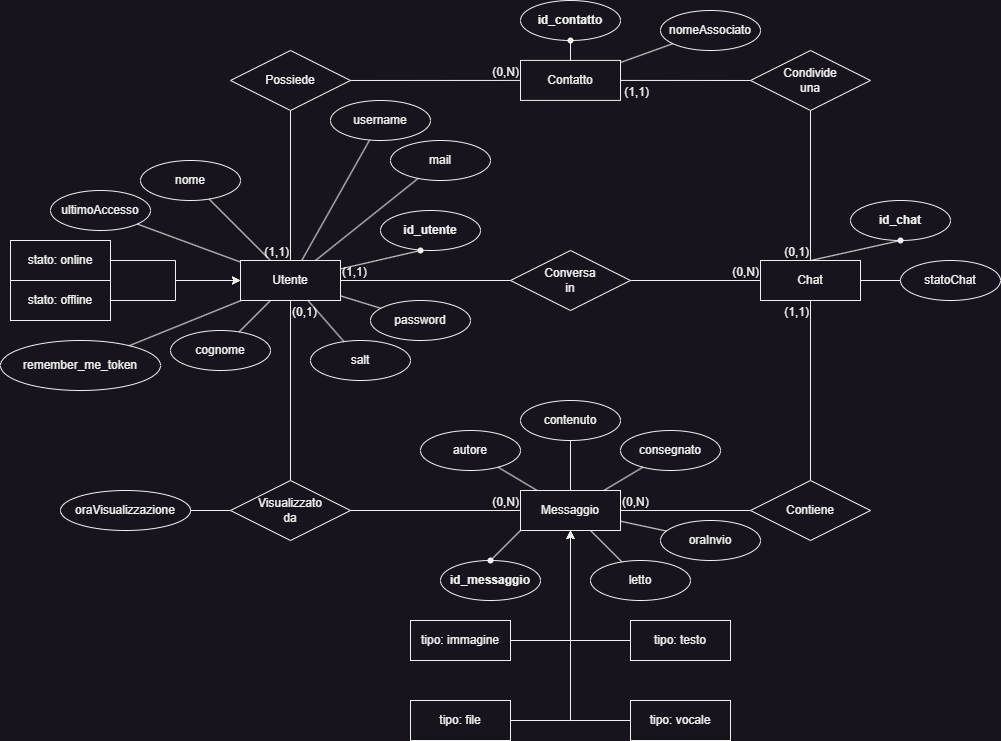
Above: Readme/ERChatApp.png in FanteyOfficial/ProgettoQuintaInformatica (draw.io), before the change. Source tidied: cells renumbered, new cells last; positions are measured from the earlier drawing's top-left corner, leaving out a move shared by most shapes.
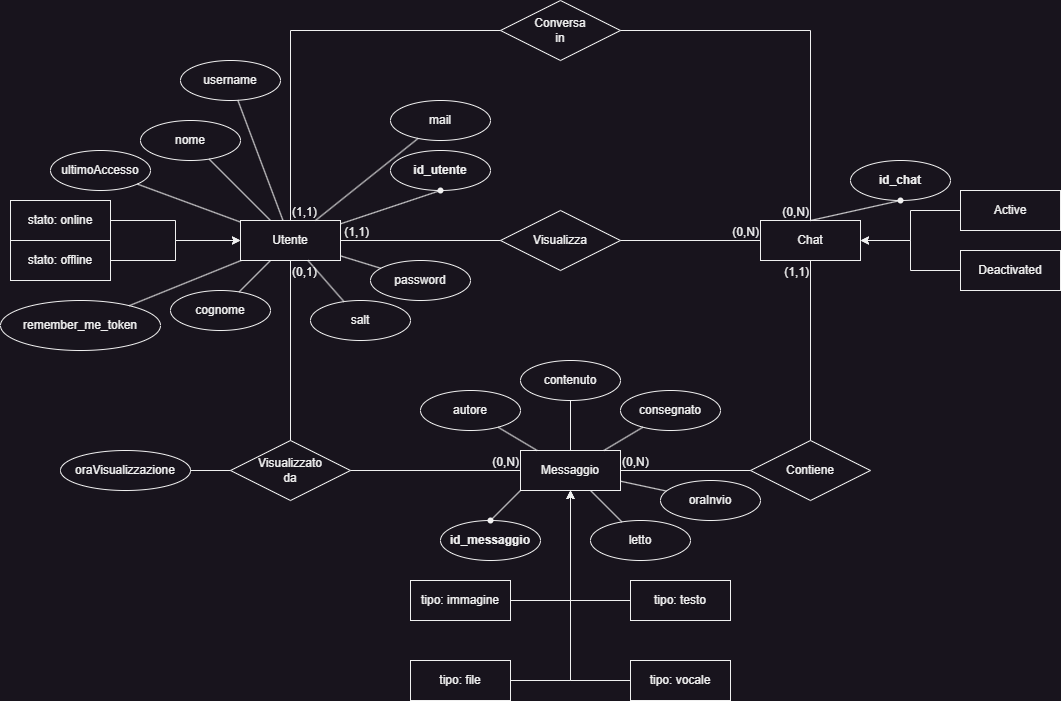
The same diagram one commit later.

The edit, as a diff of the source:
```diff
@@ -15,13 +15,17 @@
       <mxGeometry x="230" y="480" width="120" height="60" as="geometry" />
     </mxCell>
     <mxCell id="6" value="Conversa&lt;br&gt;in" style="shape=rhombus;perimeter=rhombusPerimeter;whiteSpace=wrap;html=1;align=center;" parent="1" vertex="1">
-      <mxGeometry x="510" y="250" width="120" height="60" as="geometry" />
+      <mxGeometry x="500" y="40" width="120" height="60" as="geometry" />
     </mxCell>
     <mxCell id="7" value="Contiene" style="shape=rhombus;perimeter=rhombusPerimeter;whiteSpace=wrap;html=1;align=center;" parent="1" vertex="1">
       <mxGeometry x="750" y="480" width="120" height="60" as="geometry" />
     </mxCell>
-    <mxCell id="8" style="endArrow=none;html=1;rounded=0;exitX=1;exitY=0.5;exitDx=0;exitDy=0;entryX=0;entryY=0.5;entryDx=0;entryDy=0;" parent="1" edge="1" source="2" target="6">
-      <mxGeometry relative="1" as="geometry" />
+    <mxCell id="8" style="endArrow=none;html=1;rounded=0;exitX=0.5;exitY=0;exitDx=0;exitDy=0;entryX=0;entryY=0.5;entryDx=0;entryDy=0;" parent="1" edge="1" source="2" target="6">
+      <mxGeometry relative="1" as="geometry">
+        <Array as="points">
+          <mxPoint x="290" y="70" />
+        </Array>
+      </mxGeometry>
     </mxCell>
     <mxCell id="9" value="(1,1)" style="html=1;whiteSpace=wrap;align=left;verticalAlign=bottom;" parent="8" vertex="1">
       <mxGeometry x="-1" relative="1" as="geometry" />
@@ -54,8 +58,12 @@
         <mxPoint y="20" as="offset" />
       </mxGeometry>
     </mxCell>
-    <mxCell id="18" style="endArrow=none;html=1;rounded=0;exitX=1;exitY=0.5;exitDx=0;exitDy=0;entryX=0;entryY=0.5;entryDx=0;entryDy=0;" parent="1" edge="1" source="6" target="3">
-      <mxGeometry relative="1" as="geometry" />
+    <mxCell id="18" style="endArrow=none;html=1;rounded=0;exitX=1;exitY=0.5;exitDx=0;exitDy=0;entryX=0.5;entryY=0;entryDx=0;entryDy=0;" parent="1" edge="1" source="6" target="3">
+      <mxGeometry relative="1" as="geometry">
+        <Array as="points">
+          <mxPoint x="810" y="70" />
+        </Array>
+      </mxGeometry>
     </mxCell>
     <mxCell id="19" value="(0,N)" style="html=1;whiteSpace=wrap;align=right;verticalAlign=bottom;" parent="18" vertex="1">
       <mxGeometry x="1" relative="1" as="geometry" />
@@ -73,9 +81,6 @@
         <mxPoint x="190" y="510" as="targetPoint" />
       </mxGeometry>
     </mxCell>
-    <mxCell id="23" value="statoChat" style="ellipse;whiteSpace=wrap;html=1;align=center;" parent="1" vertex="1">
-      <mxGeometry x="900" y="260" width="100" height="40" as="geometry" />
-    </mxCell>
     <mxCell id="24" value="&lt;b&gt;id_chat&lt;/b&gt;" style="ellipse;whiteSpace=wrap;html=1;align=center;" parent="1" vertex="1">
       <mxGeometry x="850" y="200" width="100" height="40" as="geometry" />
     </mxCell>
@@ -83,7 +88,7 @@
       <mxGeometry x="390" y="140" width="100" height="40" as="geometry" />
     </mxCell>
     <mxCell id="26" value="&lt;b&gt;id_utente&lt;/b&gt;" style="ellipse;whiteSpace=wrap;html=1;align=center;" parent="1" vertex="1">
-      <mxGeometry x="380" y="210" width="100" height="40" as="geometry" />
+      <mxGeometry x="390" y="190" width="100" height="40" as="geometry" />
     </mxCell>
     <mxCell id="27" value="nome" style="ellipse;whiteSpace=wrap;html=1;align=center;" parent="1" vertex="1">
       <mxGeometry x="140" y="160" width="100" height="40" as="geometry" />
@@ -92,7 +97,7 @@
       <mxGeometry x="170" y="330" width="100" height="40" as="geometry" />
     </mxCell>
     <mxCell id="29" value="username" style="ellipse;whiteSpace=wrap;html=1;align=center;" parent="1" vertex="1">
-      <mxGeometry x="330" y="100" width="100" height="40" as="geometry" />
+      <mxGeometry x="180" y="100" width="100" height="40" as="geometry" />
     </mxCell>
     <mxCell id="30" value="ultimoAccesso" style="ellipse;whiteSpace=wrap;html=1;align=center;" parent="1" vertex="1">
       <mxGeometry x="50" y="190" width="100" height="40" as="geometry" />
@@ -118,9 +123,6 @@
     <mxCell id="37" style="endArrow=none;html=1;rounded=0;exitDx=0;exitDy=0;entryX=0.5;entryY=0;entryDx=0;entryDy=0;" parent="1" edge="1" source="40" target="3">
       <mxGeometry relative="1" as="geometry" />
     </mxCell>
-    <mxCell id="38" style="endArrow=none;html=1;rounded=0;exitX=1;exitY=0.5;exitDx=0;exitDy=0;entryX=0;entryY=0.5;entryDx=0;entryDy=0;" parent="1" edge="1" source="3" target="23">
-      <mxGeometry relative="1" as="geometry" />
-    </mxCell>
     <mxCell id="39" style="endArrow=none;html=1;rounded=0;exitX=0.5;exitY=1;exitDx=0;exitDy=0;entryDx=0;entryDy=0;" parent="1" edge="1" source="24" target="40">
       <mxGeometry relative="1" as="geometry" />
     </mxCell>
@@ -223,64 +225,40 @@
     <mxCell id="72" style="endArrow=none;html=1;rounded=0;" parent="1" edge="1" source="2" target="67">
       <mxGeometry relative="1" as="geometry" />
     </mxCell>
-    <mxCell id="73" value="Contatto" style="whiteSpace=wrap;html=1;align=center;" parent="1" vertex="1">
-      <mxGeometry x="520" y="59.9" width="100" height="40" as="geometry" />
-    </mxCell>
-    <mxCell id="74" value="Possiede" style="shape=rhombus;perimeter=rhombusPerimeter;whiteSpace=wrap;html=1;align=center;" parent="1" vertex="1">
-      <mxGeometry x="230" y="50" width="120" height="60" as="geometry" />
-    </mxCell>
-    <mxCell id="75" style="endArrow=none;html=1;rounded=0;" parent="1" edge="1" source="74" target="2">
-      <mxGeometry relative="1" as="geometry" />
-    </mxCell>
-    <mxCell id="76" value="(1,1)" style="html=1;whiteSpace=wrap;align=right;verticalAlign=bottom;" parent="75" vertex="1">
-      <mxGeometry x="1" relative="1" as="geometry" />
-    </mxCell>
-    <mxCell id="77" style="endArrow=none;html=1;rounded=0;" parent="1" edge="1" source="74" target="73">
-      <mxGeometry relative="1" as="geometry" />
-    </mxCell>
-    <mxCell id="78" value="(0,N)" style="html=1;whiteSpace=wrap;align=right;verticalAlign=bottom;" parent="77" vertex="1">
-      <mxGeometry x="1" relative="1" as="geometry" />
-    </mxCell>
-    <mxCell id="79" value="&lt;b&gt;id_contatto&lt;/b&gt;" style="ellipse;whiteSpace=wrap;html=1;align=center;" parent="1" vertex="1">
-      <mxGeometry x="520" width="100" height="40" as="geometry" />
-    </mxCell>
-    <mxCell id="80" style="endArrow=none;html=1;rounded=0;" parent="1" edge="1" source="82" target="73">
-      <mxGeometry relative="1" as="geometry" />
-    </mxCell>
-    <mxCell id="81" style="endArrow=none;html=1;rounded=0;" parent="1" edge="1" source="79" target="82">
-      <mxGeometry relative="1" as="geometry" />
-    </mxCell>
-    <mxCell id="82" style="shape=waypoint;sketch=0;fillStyle=solid;size=6;points=[];fillColor=none;perimeter=centerPerimeter;snapToPoint=1;" parent="1" vertex="1">
-      <mxGeometry x="560" y="30" width="20" height="20" as="geometry" />
-    </mxCell>
-    <mxCell id="83" value="nomeAssociato" style="ellipse;whiteSpace=wrap;html=1;align=center;" parent="1" vertex="1">
-      <mxGeometry x="660" y="10" width="100" height="40" as="geometry" />
-    </mxCell>
-    <mxCell id="84" style="endArrow=none;html=1;rounded=0;" parent="1" edge="1" source="73" target="83">
-      <mxGeometry relative="1" as="geometry" />
-    </mxCell>
     <mxCell id="85" style="endArrow=none;html=1;rounded=0;" parent="1" edge="1" source="2" target="86">
       <mxGeometry relative="1" as="geometry" />
     </mxCell>
     <mxCell id="86" style="shape=waypoint;sketch=0;fillStyle=solid;size=6;points=[];fillColor=none;perimeter=centerPerimeter;snapToPoint=1;" parent="1" vertex="1">
-      <mxGeometry x="410" y="240" width="20" height="20" as="geometry" />
+      <mxGeometry x="430" y="220" width="20" height="20" as="geometry" />
     </mxCell>
-    <mxCell id="87" value="Condivide&lt;br&gt;una" style="shape=rhombus;perimeter=rhombusPerimeter;whiteSpace=wrap;html=1;align=center;" parent="1" vertex="1">
-      <mxGeometry x="750" y="50" width="120" height="60" as="geometry" />
-    </mxCell>
-    <mxCell id="88" style="endArrow=none;html=1;rounded=0;" parent="1" edge="1" source="87" target="73">
-      <mxGeometry relative="1" as="geometry" />
-    </mxCell>
-    <mxCell id="89" value="(1,1)" style="html=1;whiteSpace=wrap;align=right;verticalAlign=bottom;" parent="88" vertex="1">
-      <mxGeometry x="1" relative="1" as="geometry">
-        <mxPoint x="30" y="20" as="offset" />
-      </mxGeometry>
-    </mxCell>
-    <mxCell id="90" style="endArrow=none;html=1;rounded=0;" parent="1" edge="1" source="87" target="3">
-      <mxGeometry relative="1" as="geometry" />
-    </mxCell>
-    <mxCell id="91" value="(0,1)" style="html=1;whiteSpace=wrap;align=right;verticalAlign=bottom;" parent="90" vertex="1">
-      <mxGeometry x="1" relative="1" as="geometry" />
-    </mxCell>
+    <mxCell id="92" value="Visualizza" style="shape=rhombus;perimeter=rhombusPerimeter;whiteSpace=wrap;html=1;align=center;" parent="1" vertex="1">
+      <mxGeometry x="500" y="250" width="120" height="60" as="geometry" />
+    </mxCell>
+    <mxCell id="93" style="endArrow=none;html=1;rounded=0;exitX=0;exitY=0.5;exitDx=0;exitDy=0;entryX=1;entryY=0.5;entryDx=0;entryDy=0;" parent="1" edge="1" source="92" target="2">
+      <mxGeometry relative="1" as="geometry" />
+    </mxCell>
+    <mxCell id="94" value="(1,1)" style="html=1;whiteSpace=wrap;align=right;verticalAlign=bottom;" parent="93" vertex="1">
+      <mxGeometry x="1" relative="1" as="geometry">
+        <mxPoint x="30" as="offset" />
+      </mxGeometry>
+    </mxCell>
+    <mxCell id="95" style="endArrow=none;html=1;rounded=0;exitX=1;exitY=0.5;exitDx=0;exitDy=0;entryX=0;entryY=0.5;entryDx=0;entryDy=0;" parent="1" edge="1" source="92" target="3">
+      <mxGeometry relative="1" as="geometry" />
+    </mxCell>
+    <mxCell id="78" value="(0,N)" style="html=1;whiteSpace=wrap;align=right;verticalAlign=bottom;" parent="95" vertex="1">
+      <mxGeometry x="1" relative="1" as="geometry" />
+    </mxCell>
+    <mxCell id="96" style="edgeStyle=orthogonalEdgeStyle;rounded=0;jettySize=auto;html=1;" parent="1" edge="1" source="97" target="3">
+      <mxGeometry relative="1" as="geometry" />
+    </mxCell>
+    <mxCell id="97" value="Active" style="whiteSpace=wrap;html=1;align=center;" parent="1" vertex="1">
+      <mxGeometry x="960" y="230" width="100" height="40" as="geometry" />
+    </mxCell>
+    <mxCell id="98" style="edgeStyle=orthogonalEdgeStyle;rounded=0;jettySize=auto;html=1;" parent="1" edge="1" source="99" target="3">
+      <mxGeometry relative="1" as="geometry" />
+    </mxCell>
+    <mxCell id="99" value="Deactivated" style="whiteSpace=wrap;html=1;align=center;" parent="1" vertex="1">
+      <mxGeometry x="960" y="290" width="100" height="40" as="geometry" />
+    </mxCell>
   </root>
 </mxGraphModel>
```
